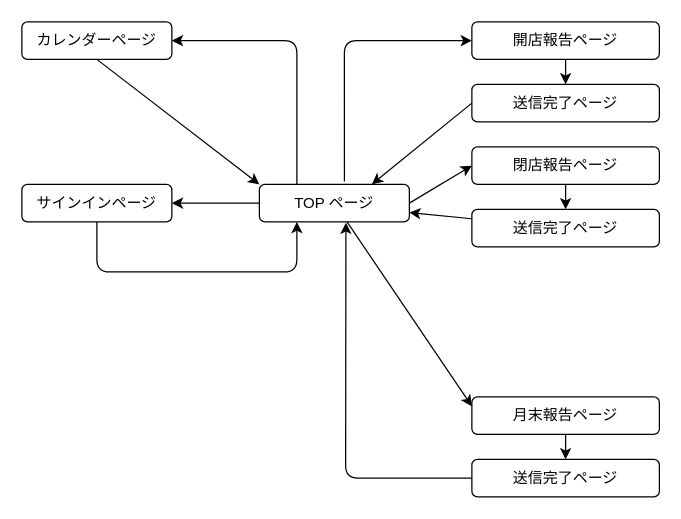
Earlier version of the draw.io diagram page_trandition.dio (57480075/managements_tool). Source tidied: cells renumbered, new cells numbered last; positions are measured from the earlier drawing's top-left corner, leaving out a move shared by most shapes. Both pictures are drawn from the tidied source at 125%, with x=0, y=0 at pixel (21, 21).
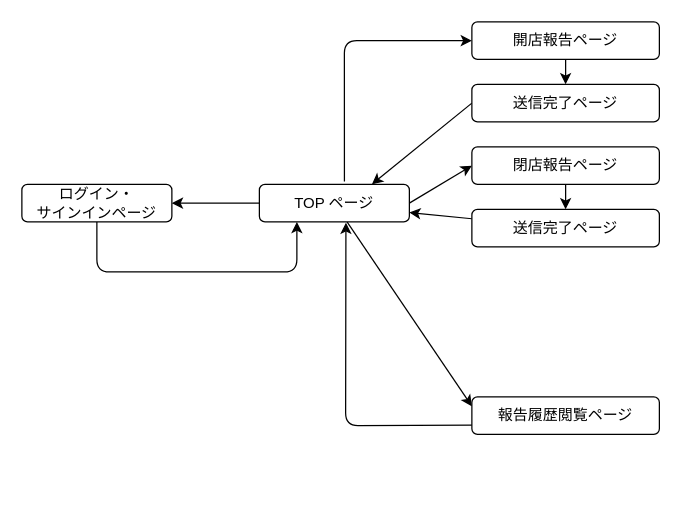
After the change.

Commit message (it also covers changes not shown here):
dioファイルの修正

Unchanged cells that the change refers to:
```xml
<mxCell id="8" value="TOP ページ" style="rounded=1;whiteSpace=wrap;html=1;" parent="1" vertex="1">
  <mxGeometry x="190" y="130" width="120" height="30" as="geometry" />
</mxCell>
```

Change to the diagram source:
```diff
@@
-    <mxCell id="7" style="edgeStyle=none;html=1;exitX=0.25;exitY=0;exitDx=0;exitDy=0;entryX=1;entryY=0.5;entryDx=0;entryDy=0;" parent="1" edge="1" source="8" target="24">
-      <mxGeometry relative="1" as="geometry">
-        <Array as="points">
-          <mxPoint x="220" y="15" />
-        </Array>
-      </mxGeometry>
-    </mxCell>
@@
-    <mxCell id="18" value="サインインページ" style="rounded=1;whiteSpace=wrap;html=1;" parent="1" vertex="1">
+    <mxCell id="18" value="ログイン・&lt;br&gt;サインインページ" style="rounded=1;whiteSpace=wrap;html=1;" parent="1" vertex="1">
       <mxGeometry y="130" width="120" height="30" as="geometry" />
     </mxCell>
-    <mxCell id="19" style="edgeStyle=none;html=1;exitX=0.5;exitY=1;exitDx=0;exitDy=0;entryX=0.5;entryY=0;entryDx=0;entryDy=0;" parent="1" edge="1" source="20" target="22">
-      <mxGeometry relative="1" as="geometry" />
-    </mxCell>
-    <mxCell id="20" value="月末報告ページ" style="rounded=1;whiteSpace=wrap;html=1;" parent="1" vertex="1">
+    <mxCell id="20" value="報告履歴閲覧ページ" style="rounded=1;whiteSpace=wrap;html=1;" parent="1" vertex="1">
       <mxGeometry x="360" y="300" width="150" height="30" as="geometry" />
     </mxCell>
-    <mxCell id="21" style="edgeStyle=none;html=1;entryX=0.577;entryY=1.02;entryDx=0;entryDy=0;entryPerimeter=0;exitX=0;exitY=0.5;exitDx=0;exitDy=0;" parent="1" edge="1" source="22" target="8">
+    <mxCell id="21" style="edgeStyle=none;html=1;entryX=0.577;entryY=1.02;entryDx=0;entryDy=0;entryPerimeter=0;exitX=0;exitY=0.75;exitDx=0;exitDy=0;" parent="1" edge="1" source="20" target="8">
       <mxGeometry relative="1" as="geometry">
         <Array as="points">
-          <mxPoint x="259" y="365" />
+          <mxPoint x="259" y="323" />
         </Array>
       </mxGeometry>
     </mxCell>
-    <mxCell id="22" value="送信完了ページ" style="rounded=1;whiteSpace=wrap;html=1;" parent="1" vertex="1">
-      <mxGeometry x="360" y="350" width="150" height="30" as="geometry" />
-    </mxCell>
-    <mxCell id="23" style="edgeStyle=none;html=1;exitX=0.5;exitY=1;exitDx=0;exitDy=0;entryX=0;entryY=0;entryDx=0;entryDy=0;" parent="1" edge="1" source="24" target="8">
-      <mxGeometry relative="1" as="geometry" />
-    </mxCell>
-    <mxCell id="24" value="カレンダーページ" style="rounded=1;whiteSpace=wrap;html=1;" parent="1" vertex="1">
-      <mxGeometry width="120" height="30" as="geometry" />
-    </mxCell>
```
